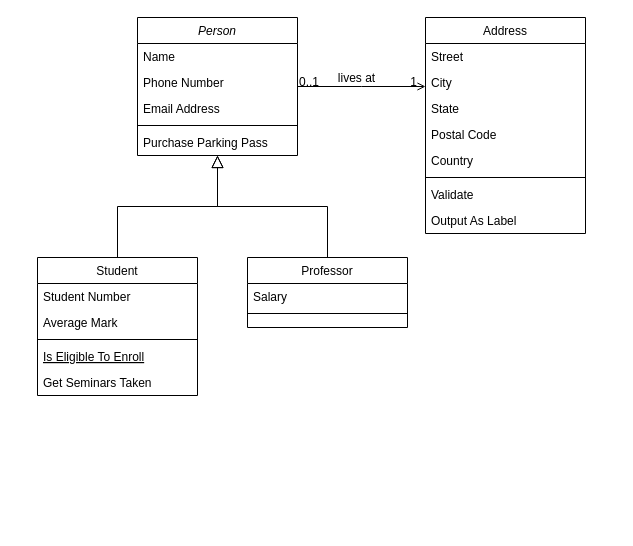
Above: Untitled Diagram.drawio in jojodev77/p6 (draw.io), before the change. Source tidied: cells renumbered, new cells numbered last; positions are measured from the earlier drawing's top-left corner, leaving out a move shared by most shapes. Both pictures are drawn from the tidied source at 100%, with x=0, y=0 at pixel (37, 17).
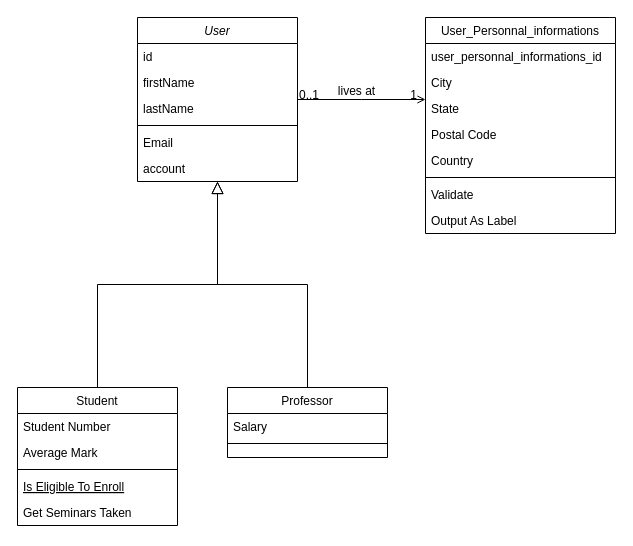
The same page after the edit.

Change to the diagram source:
```diff
@@
-    <mxCell id="2" value="Person" style="swimlane;fontStyle=2;align=center;verticalAlign=top;horizontal=1;startSize=26;rounded=0;shadow=0;strokeWidth=1;" parent="1" vertex="1">
-      <mxGeometry x="100" width="160" height="138" as="geometry" />
+    <mxCell id="2" value="User" style="swimlane;fontStyle=2;align=center;verticalAlign=top;horizontal=1;startSize=26;rounded=0;shadow=0;strokeWidth=1;" parent="1" vertex="1">
+      <mxGeometry x="100" width="160" height="164" as="geometry" />
     </mxCell>
-    <mxCell id="3" value="Name" style="text;align=left;verticalAlign=top;spacingLeft=4;spacingRight=4;overflow=hidden;" parent="2" vertex="1">
+    <mxCell id="3" value="id" style="text;align=left;verticalAlign=top;spacingLeft=4;spacingRight=4;overflow=hidden;" parent="2" vertex="1">
       <mxGeometry y="26" width="160" height="26" as="geometry" />
     </mxCell>
-    <mxCell id="4" value="Phone Number" style="text;align=left;verticalAlign=top;spacingLeft=4;spacingRight=4;overflow=hidden;rounded=0;shadow=0;html=0;" parent="2" vertex="1">
+    <mxCell id="4" value="firstName" style="text;align=left;verticalAlign=top;spacingLeft=4;spacingRight=4;overflow=hidden;rounded=0;shadow=0;html=0;" parent="2" vertex="1">
       <mxGeometry y="52" width="160" height="26" as="geometry" />
     </mxCell>
-    <mxCell id="5" value="Email Address" style="text;align=left;verticalAlign=top;spacingLeft=4;spacingRight=4;overflow=hidden;rounded=0;shadow=0;html=0;" parent="2" vertex="1">
+    <mxCell id="5" value="lastName" style="text;align=left;verticalAlign=top;spacingLeft=4;spacingRight=4;overflow=hidden;rounded=0;shadow=0;html=0;" parent="2" vertex="1">
       <mxGeometry y="78" width="160" height="26" as="geometry" />
     </mxCell>
@@
-    <mxCell id="7" value="Purchase Parking Pass" style="text;align=left;verticalAlign=top;spacingLeft=4;spacingRight=4;overflow=hidden;" parent="2" vertex="1">
+    <mxCell id="7" value="Email" style="text;align=left;verticalAlign=top;spacingLeft=4;spacingRight=4;overflow=hidden;" parent="2" vertex="1">
       <mxGeometry y="112" width="160" height="26" as="geometry" />
     </mxCell>
+    <mxCell id="32" value="account" style="text;align=left;verticalAlign=top;spacingLeft=4;spacingRight=4;overflow=hidden;" parent="2" vertex="1">
+      <mxGeometry y="138" width="160" height="26" as="geometry" />
+    </mxCell>
     <mxCell id="8" value="Student" style="swimlane;fontStyle=0;align=center;verticalAlign=top;horizontal=1;startSize=26;rounded=0;shadow=0;strokeWidth=1;" parent="1" vertex="1">
-      <mxGeometry y="240" width="160" height="138" as="geometry" />
+      <mxGeometry x="-20" y="370" width="160" height="138" as="geometry" />
     </mxCell>
@@
     <mxCell id="15" value="Professor" style="swimlane;fontStyle=0;align=center;verticalAlign=top;horizontal=1;startSize=26;rounded=0;shadow=0;strokeWidth=1;" parent="1" vertex="1">
-      <mxGeometry x="210" y="240" width="160" height="70" as="geometry" />
+      <mxGeometry x="190" y="370" width="160" height="70" as="geometry" />
     </mxCell>
@@
-    <mxCell id="19" value="Address" style="swimlane;fontStyle=0;align=center;verticalAlign=top;horizontal=1;startSize=26;rounded=0;shadow=0;strokeWidth=1;" parent="1" vertex="1">
-      <mxGeometry x="388" width="160" height="216" as="geometry" />
+    <mxCell id="19" value="User_Personnal_informations" style="swimlane;fontStyle=0;align=center;verticalAlign=top;horizontal=1;startSize=26;rounded=0;shadow=0;strokeWidth=1;" parent="1" vertex="1">
+      <mxGeometry x="388" width="190" height="216" as="geometry" />
     </mxCell>
-    <mxCell id="20" value="Street" style="text;align=left;verticalAlign=top;spacingLeft=4;spacingRight=4;overflow=hidden;" parent="19" vertex="1">
-      <mxGeometry y="26" width="160" height="26" as="geometry" />
+    <mxCell id="20" value="user_personnal_informations_id" style="text;align=left;verticalAlign=top;spacingLeft=4;spacingRight=4;overflow=hidden;" parent="19" vertex="1">
+      <mxGeometry y="26" width="190" height="26" as="geometry" />
     </mxCell>
     <mxCell id="21" value="City" style="text;align=left;verticalAlign=top;spacingLeft=4;spacingRight=4;overflow=hidden;rounded=0;shadow=0;html=0;" parent="19" vertex="1">
-      <mxGeometry y="52" width="160" height="26" as="geometry" />
+      <mxGeometry y="52" width="190" height="26" as="geometry" />
     </mxCell>
     <mxCell id="22" value="State" style="text;align=left;verticalAlign=top;spacingLeft=4;spacingRight=4;overflow=hidden;rounded=0;shadow=0;html=0;" parent="19" vertex="1">
-      <mxGeometry y="78" width="160" height="26" as="geometry" />
+      <mxGeometry y="78" width="190" height="26" as="geometry" />
     </mxCell>
     <mxCell id="23" value="Postal Code" style="text;align=left;verticalAlign=top;spacingLeft=4;spacingRight=4;overflow=hidden;rounded=0;shadow=0;html=0;" parent="19" vertex="1">
-      <mxGeometry y="104" width="160" height="26" as="geometry" />
+      <mxGeometry y="104" width="190" height="26" as="geometry" />
     </mxCell>
     <mxCell id="24" value="Country" style="text;align=left;verticalAlign=top;spacingLeft=4;spacingRight=4;overflow=hidden;rounded=0;shadow=0;html=0;" parent="19" vertex="1">
-      <mxGeometry y="130" width="160" height="26" as="geometry" />
+      <mxGeometry y="130" width="190" height="26" as="geometry" />
     </mxCell>
     <mxCell id="25" style="line;html=1;strokeWidth=1;align=left;verticalAlign=middle;spacingTop=-1;spacingLeft=3;spacingRight=3;labelPosition=right;" parent="19" vertex="1">
-      <mxGeometry y="156" width="160" height="8" as="geometry" />
+      <mxGeometry y="156" width="190" height="8" as="geometry" />
     </mxCell>
     <mxCell id="26" value="Validate" style="text;align=left;verticalAlign=top;spacingLeft=4;spacingRight=4;overflow=hidden;" parent="19" vertex="1">
-      <mxGeometry y="164" width="160" height="26" as="geometry" />
+      <mxGeometry y="164" width="190" height="26" as="geometry" />
     </mxCell>
     <mxCell id="27" value="Output As Label" style="text;align=left;verticalAlign=top;spacingLeft=4;spacingRight=4;overflow=hidden;" parent="19" vertex="1">
-      <mxGeometry y="190" width="160" height="26" as="geometry" />
+      <mxGeometry y="190" width="190" height="26" as="geometry" />
     </mxCell>
```
